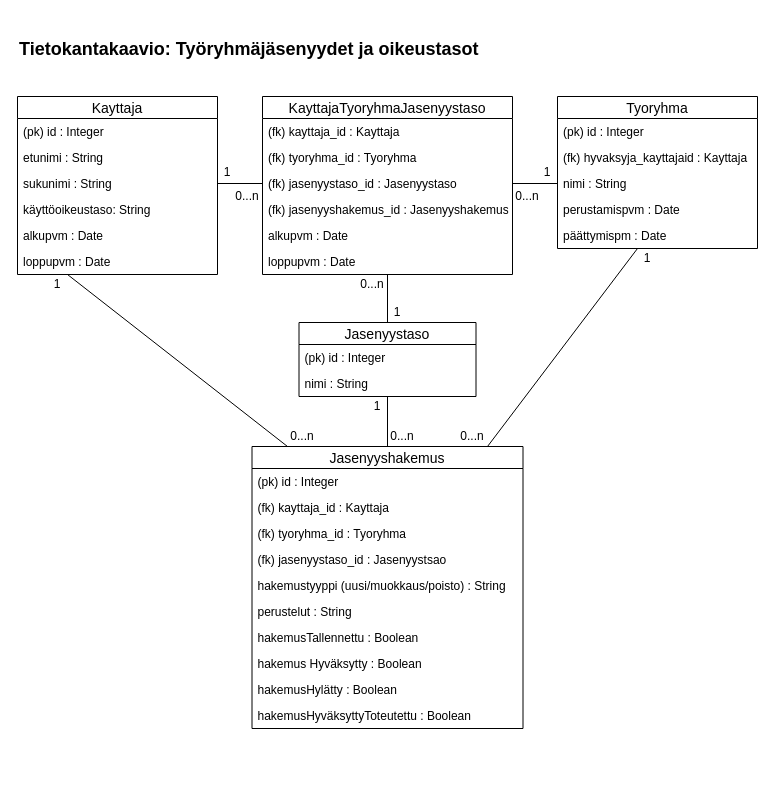
Above: Tietokantakaavio.drawio in jmlii/TrjApp (draw.io), before the change. Source tidied: cells renumbered, new cells numbered last; positions are measured from the earlier drawing's top-left corner, leaving out a move shared by most shapes. Both pictures are drawn from the tidied source at 100%, with x=0, y=0 at pixel (17, 17).
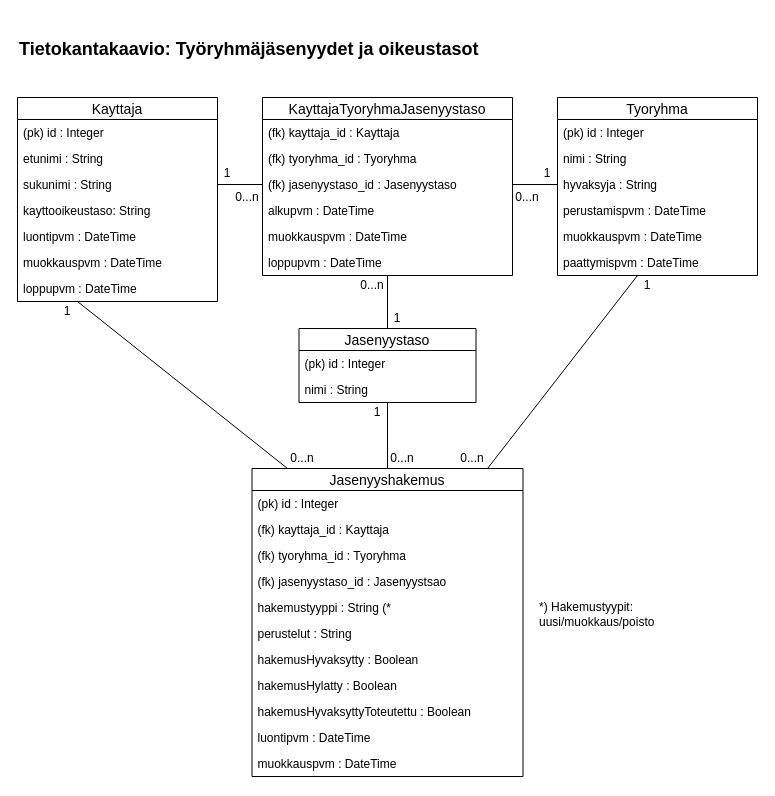
The same diagram, later.

Commit message (it also covers changes not shown here):
Luotu Kayttaja-luokka, päivitetty sovelluksen __init__-tiedosto vastaavasti, päivitetty tietokantakaaviota

Diff of the diagram source:
```diff
@@
     <mxCell id="2" value="Kayttaja" style="swimlane;fontStyle=0;horizontal=1;startSize=22;fillColor=none;swimlaneFillColor=#ffffff;align=center;fontSize=14;" parent="1" vertex="1">
-      <mxGeometry y="79" width="200" height="178" as="geometry" />
+      <mxGeometry y="80" width="200" height="204" as="geometry" />
     </mxCell>
@@
-    <mxCell id="6" value="käyttöoikeustaso: String" style="text;strokeColor=none;fillColor=none;spacingLeft=4;spacingRight=4;overflow=hidden;fontSize=12;" parent="2" vertex="1">
+    <mxCell id="6" value="kayttooikeustaso: String" style="text;strokeColor=none;fillColor=none;spacingLeft=4;spacingRight=4;overflow=hidden;fontSize=12;" parent="2" vertex="1">
       <mxGeometry y="100" width="200" height="26" as="geometry" />
     </mxCell>
-    <mxCell id="7" value="alkupvm : Date" style="text;strokeColor=none;fillColor=none;spacingLeft=4;spacingRight=4;overflow=hidden;fontSize=12;" parent="2" vertex="1">
+    <mxCell id="7" value="luontipvm : DateTime" style="text;strokeColor=none;fillColor=none;spacingLeft=4;spacingRight=4;overflow=hidden;fontSize=12;" parent="2" vertex="1">
       <mxGeometry y="126" width="200" height="26" as="geometry" />
     </mxCell>
+    <mxCell id="55" value="muokkauspvm : DateTime" style="text;strokeColor=none;fillColor=none;spacingLeft=4;spacingRight=4;overflow=hidden;fontSize=12;" parent="2" vertex="1">
+      <mxGeometry y="152" width="200" height="26" as="geometry" />
+    </mxCell>
-    <mxCell id="8" value="loppupvm : Date" style="text;strokeColor=none;fillColor=none;spacingLeft=4;spacingRight=4;overflow=hidden;fontSize=12;" parent="2" vertex="1">
-      <mxGeometry y="152" width="200" height="26" as="geometry" />
+    <mxCell id="8" value="loppupvm : DateTime" style="text;strokeColor=none;fillColor=none;spacingLeft=4;spacingRight=4;overflow=hidden;fontSize=12;" parent="2" vertex="1">
+      <mxGeometry y="178" width="200" height="26" as="geometry" />
     </mxCell>
     <mxCell id="9" value="Tyoryhma" style="swimlane;fontStyle=0;horizontal=1;startSize=22;fillColor=none;swimlaneFillColor=#ffffff;align=center;fontSize=14;" parent="1" vertex="1">
-      <mxGeometry x="540" y="79" width="200" height="152" as="geometry" />
+      <mxGeometry x="540" y="80" width="200" height="178" as="geometry" />
     </mxCell>
@@
+    <mxCell id="12" value="nimi : String" style="text;strokeColor=none;fillColor=none;spacingLeft=4;spacingRight=4;overflow=hidden;fontSize=12;" parent="9" vertex="1">
+      <mxGeometry y="48" width="200" height="26" as="geometry" />
+    </mxCell>
-    <mxCell id="11" value="(fk) hyvaksyja_kayttajaid : Kayttaja" style="text;strokeColor=none;fillColor=none;spacingLeft=4;spacingRight=4;overflow=hidden;fontSize=12;" parent="9" vertex="1">
-      <mxGeometry y="48" width="200" height="26" as="geometry" />
+    <mxCell id="11" value="hyvaksyja : String" style="text;strokeColor=none;fillColor=none;spacingLeft=4;spacingRight=4;overflow=hidden;fontSize=12;" parent="9" vertex="1">
+      <mxGeometry y="74" width="200" height="26" as="geometry" />
     </mxCell>
-    <mxCell id="12" value="nimi : String" style="text;strokeColor=none;fillColor=none;spacingLeft=4;spacingRight=4;overflow=hidden;fontSize=12;" parent="9" vertex="1">
-      <mxGeometry y="74" width="200" height="26" as="geometry" />
-    </mxCell>
-    <mxCell id="13" value="perustamispvm : Date" style="text;strokeColor=none;fillColor=none;spacingLeft=4;spacingRight=4;overflow=hidden;fontSize=12;" parent="9" vertex="1">
+    <mxCell id="13" value="perustamispvm : DateTime" style="text;strokeColor=none;fillColor=none;spacingLeft=4;spacingRight=4;overflow=hidden;fontSize=12;" parent="9" vertex="1">
       <mxGeometry y="100" width="200" height="26" as="geometry" />
     </mxCell>
+    <mxCell id="56" value="muokkauspvm : DateTime" style="text;strokeColor=none;fillColor=none;spacingLeft=4;spacingRight=4;overflow=hidden;fontSize=12;" parent="9" vertex="1">
+      <mxGeometry y="126" width="200" height="26" as="geometry" />
+    </mxCell>
-    <mxCell id="14" value="päättymispm : Date" style="text;strokeColor=none;fillColor=none;spacingLeft=4;spacingRight=4;overflow=hidden;fontSize=12;" parent="9" vertex="1">
-      <mxGeometry y="126" width="200" height="26" as="geometry" />
+    <mxCell id="14" value="paattymispvm : DateTime" style="text;strokeColor=none;fillColor=none;spacingLeft=4;spacingRight=4;overflow=hidden;fontSize=12;" parent="9" vertex="1">
+      <mxGeometry y="152" width="200" height="26" as="geometry" />
     </mxCell>
     <mxCell id="15" value="Jasenyyshakemus" style="swimlane;fontStyle=0;horizontal=1;startSize=22;fillColor=none;swimlaneFillColor=#ffffff;align=center;fontSize=14;" parent="1" vertex="1">
-      <mxGeometry x="234.5" y="429" width="271" height="282" as="geometry" />
+      <mxGeometry x="234.5" y="451" width="271" height="308" as="geometry" />
     </mxCell>
@@
-    <mxCell id="20" value="hakemustyyppi (uusi/muokkaus/poisto) : String" style="text;strokeColor=none;fillColor=none;spacingLeft=4;spacingRight=4;overflow=hidden;fontSize=12;" parent="15" vertex="1">
+    <mxCell id="20" value="hakemustyyppi : String (*" style="text;strokeColor=none;fillColor=none;spacingLeft=4;spacingRight=4;overflow=hidden;fontSize=12;" parent="15" vertex="1">
       <mxGeometry y="126" width="271" height="26" as="geometry" />
     </mxCell>
@@
-    <mxCell id="22" value="hakemusTallennettu : Boolean" style="text;strokeColor=none;fillColor=none;spacingLeft=4;spacingRight=4;overflow=hidden;fontSize=12;" parent="15" vertex="1">
-      <mxGeometry y="178" width="271" height="26" as="geometry" />
-    </mxCell>
-    <mxCell id="23" value="hakemus Hyväksytty : Boolean" style="text;strokeColor=none;fillColor=none;spacingLeft=4;spacingRight=4;overflow=hidden;fontSize=12;" parent="15" vertex="1">
-      <mxGeometry y="204" width="271" height="26" as="geometry" />
+    <mxCell id="23" value="hakemusHyvaksytty : Boolean" style="text;strokeColor=none;fillColor=none;spacingLeft=4;spacingRight=4;overflow=hidden;fontSize=12;" parent="15" vertex="1">
+      <mxGeometry y="178" width="271" height="26" as="geometry" />
     </mxCell>
-    <mxCell id="24" value="hakemusHylätty : Boolean" style="text;strokeColor=none;fillColor=none;spacingLeft=4;spacingRight=4;overflow=hidden;fontSize=12;" parent="15" vertex="1">
-      <mxGeometry y="230" width="271" height="26" as="geometry" />
+    <mxCell id="24" value="hakemusHylatty : Boolean" style="text;strokeColor=none;fillColor=none;spacingLeft=4;spacingRight=4;overflow=hidden;fontSize=12;" parent="15" vertex="1">
+      <mxGeometry y="204" width="271" height="26" as="geometry" />
     </mxCell>
-    <mxCell id="25" value="hakemusHyväksyttyToteutettu : Boolean" style="text;strokeColor=none;fillColor=none;spacingLeft=4;spacingRight=4;overflow=hidden;fontSize=12;" parent="15" vertex="1">
-      <mxGeometry y="256" width="271" height="26" as="geometry" />
+    <mxCell id="25" value="hakemusHyvaksyttyToteutettu : Boolean" style="text;strokeColor=none;fillColor=none;spacingLeft=4;spacingRight=4;overflow=hidden;fontSize=12;" parent="15" vertex="1">
+      <mxGeometry y="230" width="271" height="26" as="geometry" />
     </mxCell>
+    <mxCell id="57" value="luontipvm : DateTime" style="text;strokeColor=none;fillColor=none;spacingLeft=4;spacingRight=4;overflow=hidden;fontSize=12;" parent="15" vertex="1">
+      <mxGeometry y="256" width="271" height="26" as="geometry" />
+    </mxCell>
+    <mxCell id="58" value="muokkauspvm : DateTime" style="text;strokeColor=none;fillColor=none;spacingLeft=4;spacingRight=4;overflow=hidden;fontSize=12;" parent="15" vertex="1">
+      <mxGeometry y="282" width="271" height="26" as="geometry" />
+    </mxCell>
     <mxCell id="26" value="Jasenyystaso" style="swimlane;fontStyle=0;horizontal=1;startSize=22;fillColor=none;swimlaneFillColor=#ffffff;align=center;fontSize=14;" parent="1" vertex="1">
-      <mxGeometry x="281.5" y="305" width="177" height="74" as="geometry" />
+      <mxGeometry x="281.5" y="311" width="177" height="74" as="geometry" />
     </mxCell>
@@
     <mxCell id="29" value="KayttajaTyoryhmaJasenyystaso" style="swimlane;fontStyle=0;horizontal=1;startSize=22;fillColor=none;swimlaneFillColor=#ffffff;align=center;fontSize=14;" parent="1" vertex="1">
-      <mxGeometry x="245" y="79" width="250" height="178" as="geometry" />
+      <mxGeometry x="245" y="80" width="250" height="178" as="geometry" />
     </mxCell>
@@
-    <mxCell id="33" value="(fk) jasenyyshakemus_id : Jasenyyshakemus" style="text;strokeColor=none;fillColor=none;spacingLeft=4;spacingRight=4;overflow=hidden;fontSize=12;" parent="29" vertex="1">
-      <mxGeometry y="100" width="250" height="26" as="geometry" />
-    </mxCell>
-    <mxCell id="34" value="alkupvm : Date" style="text;strokeColor=none;fillColor=none;spacingLeft=4;spacingRight=4;overflow=hidden;fontSize=12;" parent="29" vertex="1">
-      <mxGeometry y="126" width="250" height="26" as="geometry" />
+    <mxCell id="34" value="alkupvm : DateTime" style="text;strokeColor=none;fillColor=none;spacingLeft=4;spacingRight=4;overflow=hidden;fontSize=12;" parent="29" vertex="1">
+      <mxGeometry y="100" width="250" height="26" as="geometry" />
     </mxCell>
+    <mxCell id="59" value="muokkauspvm : DateTime" style="text;strokeColor=none;fillColor=none;spacingLeft=4;spacingRight=4;overflow=hidden;fontSize=12;" parent="29" vertex="1">
+      <mxGeometry y="126" width="250" height="26" as="geometry" />
+    </mxCell>
-    <mxCell id="35" value="loppupvm : Date" style="text;strokeColor=none;fillColor=none;spacingLeft=4;spacingRight=4;overflow=hidden;fontSize=12;" parent="29" vertex="1">
+    <mxCell id="35" value="loppupvm : DateTime" style="text;strokeColor=none;fillColor=none;spacingLeft=4;spacingRight=4;overflow=hidden;fontSize=12;" parent="29" vertex="1">
       <mxGeometry y="152" width="250" height="26" as="geometry" />
     </mxCell>
     <mxCell id="36" value="0...n" style="text;html=1;strokeColor=none;fillColor=none;align=center;verticalAlign=middle;whiteSpace=wrap;rounded=0;" parent="1" vertex="1">
-      <mxGeometry x="270" y="409" width="30" height="20" as="geometry" />
+      <mxGeometry x="270" y="431" width="30" height="20" as="geometry" />
     </mxCell>
     <mxCell id="37" value="0...n" style="text;html=1;strokeColor=none;fillColor=none;align=center;verticalAlign=middle;whiteSpace=wrap;rounded=0;" parent="1" vertex="1">
-      <mxGeometry x="215" y="169" width="30" height="20" as="geometry" />
+      <mxGeometry x="215" y="170" width="30" height="20" as="geometry" />
     </mxCell>
     <mxCell id="38" value="1" style="text;html=1;strokeColor=none;fillColor=none;align=center;verticalAlign=middle;whiteSpace=wrap;rounded=0;" parent="1" vertex="1">
-      <mxGeometry x="200" y="145" width="20" height="20" as="geometry" />
+      <mxGeometry x="200" y="146" width="20" height="20" as="geometry" />
     </mxCell>
     <mxCell id="39" value="1" style="text;html=1;strokeColor=none;fillColor=none;align=center;verticalAlign=middle;whiteSpace=wrap;rounded=0;" parent="1" vertex="1">
-      <mxGeometry x="370" y="285" width="20" height="20" as="geometry" />
+      <mxGeometry x="370" y="291" width="20" height="20" as="geometry" />
     </mxCell>
     <mxCell id="40" value="1" style="text;html=1;strokeColor=none;fillColor=none;align=center;verticalAlign=middle;whiteSpace=wrap;rounded=0;" parent="1" vertex="1">
-      <mxGeometry x="520" y="145" width="20" height="20" as="geometry" />
+      <mxGeometry x="520" y="146" width="20" height="20" as="geometry" />
     </mxCell>
     <mxCell id="41" value="1" style="text;html=1;strokeColor=none;fillColor=none;align=center;verticalAlign=middle;whiteSpace=wrap;rounded=0;" parent="1" vertex="1">
-      <mxGeometry x="30" y="257" width="20" height="20" as="geometry" />
+      <mxGeometry x="40" y="284" width="20" height="20" as="geometry" />
     </mxCell>
     <mxCell id="42" value="0...n" style="text;html=1;strokeColor=none;fillColor=none;align=center;verticalAlign=middle;whiteSpace=wrap;rounded=0;" parent="1" vertex="1">
-      <mxGeometry x="495" y="169" width="30" height="20" as="geometry" />
+      <mxGeometry x="495" y="170" width="30" height="20" as="geometry" />
     </mxCell>
     <mxCell id="43" value="0...n" style="text;html=1;strokeColor=none;fillColor=none;align=center;verticalAlign=middle;whiteSpace=wrap;rounded=0;" parent="1" vertex="1">
-      <mxGeometry x="340" y="257" width="30" height="20" as="geometry" />
+      <mxGeometry x="340" y="258" width="30" height="20" as="geometry" />
     </mxCell>
@@
     <mxCell id="46" style="endArrow=none;html=1;exitX=1;exitY=0.5;exitDx=0;exitDy=0;entryX=0;entryY=0.5;entryDx=0;entryDy=0;" parent="1" edge="1">
       <mxGeometry relative="1" as="geometry">
-        <mxPoint x="200" y="166" as="sourcePoint" />
-        <mxPoint x="245" y="166" as="targetPoint" />
+        <mxPoint x="200" y="167" as="sourcePoint" />
+        <mxPoint x="245" y="167" as="targetPoint" />
       </mxGeometry>
     </mxCell>
     <mxCell id="47" style="endArrow=none;html=1;exitX=1;exitY=0.5;exitDx=0;exitDy=0;entryX=0;entryY=0.5;entryDx=0;entryDy=0;" parent="1" edge="1">
       <mxGeometry relative="1" as="geometry">
-        <mxPoint x="495" y="166" as="sourcePoint" />
-        <mxPoint x="540" y="166" as="targetPoint" />
+        <mxPoint x="495" y="167" as="sourcePoint" />
+        <mxPoint x="540" y="167" as="targetPoint" />
       </mxGeometry>
     </mxCell>
@@
     <mxCell id="50" value="0...n" style="text;html=1;strokeColor=none;fillColor=none;align=center;verticalAlign=middle;whiteSpace=wrap;rounded=0;" parent="1" vertex="1">
-      <mxGeometry x="440" y="409" width="30" height="20" as="geometry" />
+      <mxGeometry x="440" y="431" width="30" height="20" as="geometry" />
     </mxCell>
     <mxCell id="51" value="0...n" style="text;html=1;strokeColor=none;fillColor=none;align=center;verticalAlign=middle;whiteSpace=wrap;rounded=0;" parent="1" vertex="1">
-      <mxGeometry x="370" y="409" width="30" height="20" as="geometry" />
+      <mxGeometry x="370" y="431" width="30" height="20" as="geometry" />
     </mxCell>
     <mxCell id="52" value="1" style="text;html=1;strokeColor=none;fillColor=none;align=center;verticalAlign=middle;whiteSpace=wrap;rounded=0;" parent="1" vertex="1">
-      <mxGeometry x="350" y="379" width="20" height="20" as="geometry" />
+      <mxGeometry x="350" y="385" width="20" height="20" as="geometry" />
     </mxCell>
     <mxCell id="53" value="1" style="text;html=1;strokeColor=none;fillColor=none;align=center;verticalAlign=middle;whiteSpace=wrap;rounded=0;" parent="1" vertex="1">
-      <mxGeometry x="620" y="231" width="20" height="20" as="geometry" />
+      <mxGeometry x="620" y="258" width="20" height="20" as="geometry" />
     </mxCell>
@@
+    <mxCell id="60" value="&lt;div align=&quot;left&quot;&gt;*) Hakemustyypit: &lt;br&gt;&lt;/div&gt;&lt;div align=&quot;left&quot;&gt;uusi/muokkaus/poisto&lt;/div&gt;" style="text;html=1;strokeColor=none;fillColor=none;align=left;verticalAlign=middle;whiteSpace=wrap;rounded=0;" parent="1" vertex="1">
+      <mxGeometry x="520" y="567" width="140" height="60" as="geometry" />
+    </mxCell>
```
